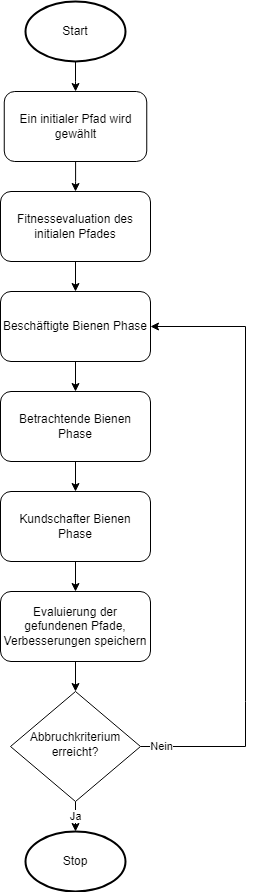
The draw.io diagram assets/images/Flow_ABC.png in moritzrfs/mobile-swarm-intelligence, before a commit. Source tidied: cells renumbered, new cells last; positions are measured from the earlier drawing's top-left corner, leaving out a move shared by most shapes. Source of this version:
```xml
<mxGraphModel>
  <root>
    <mxCell id="0" />
    <mxCell id="1" parent="0" />
    <mxCell id="2" style="edgeStyle=orthogonalEdgeStyle;rounded=0;jettySize=auto;html=1;" parent="1" edge="1" source="3" target="11">
      <mxGeometry relative="1" as="geometry" />
    </mxCell>
    <mxCell id="3" value="Ein initialer Pfad wird gewählt" style="rounded=1;whiteSpace=wrap;html=1;fontSize=12;glass=0;strokeWidth=1;shadow=0;" parent="1" vertex="1">
      <mxGeometry x="3.8" y="90" width="142.5" height="70" as="geometry" />
    </mxCell>
    <mxCell id="4" value="Ja" style="edgeStyle=orthogonalEdgeStyle;rounded=0;jettySize=auto;html=1;" parent="1" edge="1" source="7" target="12">
      <mxGeometry relative="1" as="geometry" />
    </mxCell>
    <mxCell id="5" style="edgeStyle=orthogonalEdgeStyle;rounded=0;jettySize=auto;html=1;endArrow=none;endFill=0;" parent="1" edge="1" source="7">
      <mxGeometry relative="1" as="geometry">
        <mxPoint x="245" y="700" as="targetPoint" />
        <Array as="points">
          <mxPoint x="245" y="745" />
        </Array>
      </mxGeometry>
    </mxCell>
    <mxCell id="6" value="Nein" style="edgeLabel;html=1;align=center;verticalAlign=middle;" parent="5" vertex="1">
      <mxGeometry x="-0.73" y="1" relative="1" as="geometry" />
    </mxCell>
    <mxCell id="7" value="Abbruchkriterium erreicht?" style="rhombus;whiteSpace=wrap;html=1;shadow=0;fontFamily=Helvetica;fontSize=12;align=center;strokeWidth=1;spacing=6;spacingTop=-4;" parent="1" vertex="1">
      <mxGeometry x="10" y="690" width="130" height="110" as="geometry" />
    </mxCell>
    <mxCell id="8" style="edgeStyle=orthogonalEdgeStyle;rounded=0;jettySize=auto;html=1;" parent="1" edge="1" source="9" target="3">
      <mxGeometry relative="1" as="geometry" />
    </mxCell>
    <mxCell id="9" value="Start" style="strokeWidth=2;html=1;shape=mxgraph.flowchart.start_1;whiteSpace=wrap;" parent="1" vertex="1">
      <mxGeometry x="25" width="100" height="60" as="geometry" />
    </mxCell>
    <mxCell id="10" style="edgeStyle=orthogonalEdgeStyle;rounded=0;jettySize=auto;html=1;" parent="1" edge="1" source="11">
      <mxGeometry relative="1" as="geometry">
        <mxPoint x="75" y="290" as="targetPoint" />
      </mxGeometry>
    </mxCell>
    <mxCell id="11" value="Fitnessevaluation des initialen Pfades" style="rounded=1;whiteSpace=wrap;html=1;" parent="1" vertex="1">
      <mxGeometry y="190" width="150" height="70" as="geometry" />
    </mxCell>
    <mxCell id="12" value="Stop" style="strokeWidth=2;html=1;shape=mxgraph.flowchart.start_1;whiteSpace=wrap;" parent="1" vertex="1">
      <mxGeometry x="25" y="830" width="100" height="60" as="geometry" />
    </mxCell>
    <mxCell id="13" style="edgeStyle=orthogonalEdgeStyle;rounded=0;jettySize=auto;html=1;" parent="1" edge="1" source="14" target="16">
      <mxGeometry relative="1" as="geometry" />
    </mxCell>
    <mxCell id="14" value="Beschäftigte Bienen Phase" style="rounded=1;whiteSpace=wrap;html=1;" parent="1" vertex="1">
      <mxGeometry y="290" width="150" height="70" as="geometry" />
    </mxCell>
    <mxCell id="15" style="edgeStyle=orthogonalEdgeStyle;rounded=0;jettySize=auto;html=1;" parent="1" edge="1" source="16" target="18">
      <mxGeometry relative="1" as="geometry" />
    </mxCell>
    <mxCell id="16" value="Betrachtende Bienen Phase" style="rounded=1;whiteSpace=wrap;html=1;" parent="1" vertex="1">
      <mxGeometry y="390" width="150" height="70" as="geometry" />
    </mxCell>
    <mxCell id="17" style="edgeStyle=orthogonalEdgeStyle;rounded=0;jettySize=auto;html=1;" parent="1" edge="1" source="18" target="20">
      <mxGeometry relative="1" as="geometry" />
    </mxCell>
    <mxCell id="18" value="Kundschafter Bienen Phase" style="rounded=1;whiteSpace=wrap;html=1;" parent="1" vertex="1">
      <mxGeometry y="490" width="150" height="70" as="geometry" />
    </mxCell>
    <mxCell id="19" style="edgeStyle=orthogonalEdgeStyle;rounded=0;jettySize=auto;html=1;" parent="1" edge="1" source="20" target="7">
      <mxGeometry relative="1" as="geometry" />
    </mxCell>
    <mxCell id="20" value="Evaluierung der gefundenen Pfade, Verbesserungen speichern" style="rounded=1;whiteSpace=wrap;html=1;" parent="1" vertex="1">
      <mxGeometry y="590" width="150" height="70" as="geometry" />
    </mxCell>
    <mxCell id="21" style="edgeStyle=orthogonalEdgeStyle;rounded=0;jettySize=auto;html=1;entryX=1;entryY=0.5;entryDx=0;entryDy=0;" parent="1" edge="1" target="14">
      <mxGeometry relative="1" as="geometry">
        <mxPoint x="245" y="700" as="sourcePoint" />
        <Array as="points">
          <mxPoint x="245" y="325" />
        </Array>
      </mxGeometry>
    </mxCell>
  </root>
</mxGraphModel>
```
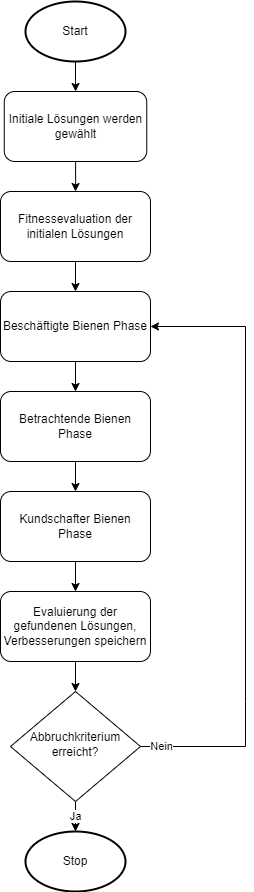
The same diagram one commit later.

Commit message:
Grafik Anpassen

Change to the diagram source:
```diff
@@ -5,7 +5,7 @@
     <mxCell id="2" style="edgeStyle=orthogonalEdgeStyle;rounded=0;jettySize=auto;html=1;" parent="1" edge="1" source="3" target="11">
       <mxGeometry relative="1" as="geometry" />
     </mxCell>
-    <mxCell id="3" value="Ein initialer Pfad wird gewählt" style="rounded=1;whiteSpace=wrap;html=1;fontSize=12;glass=0;strokeWidth=1;shadow=0;" parent="1" vertex="1">
+    <mxCell id="3" value="Initiale Lösungen werden gewählt" style="rounded=1;whiteSpace=wrap;html=1;fontSize=12;glass=0;strokeWidth=1;shadow=0;" parent="1" vertex="1">
       <mxGeometry x="3.8" y="90" width="142.5" height="70" as="geometry" />
     </mxCell>
     <mxCell id="4" value="Ja" style="edgeStyle=orthogonalEdgeStyle;rounded=0;jettySize=auto;html=1;" parent="1" edge="1" source="7" target="12">
@@ -36,7 +36,7 @@
         <mxPoint x="75" y="290" as="targetPoint" />
       </mxGeometry>
     </mxCell>
-    <mxCell id="11" value="Fitnessevaluation des initialen Pfades" style="rounded=1;whiteSpace=wrap;html=1;" parent="1" vertex="1">
+    <mxCell id="11" value="Fitnessevaluation der initialen Lösungen" style="rounded=1;whiteSpace=wrap;html=1;" parent="1" vertex="1">
       <mxGeometry y="190" width="150" height="70" as="geometry" />
     </mxCell>
     <mxCell id="12" value="Stop" style="strokeWidth=2;html=1;shape=mxgraph.flowchart.start_1;whiteSpace=wrap;" parent="1" vertex="1">
@@ -63,7 +63,7 @@
     <mxCell id="19" style="edgeStyle=orthogonalEdgeStyle;rounded=0;jettySize=auto;html=1;" parent="1" edge="1" source="20" target="7">
       <mxGeometry relative="1" as="geometry" />
     </mxCell>
-    <mxCell id="20" value="Evaluierung der gefundenen Pfade, Verbesserungen speichern" style="rounded=1;whiteSpace=wrap;html=1;" parent="1" vertex="1">
+    <mxCell id="20" value="Evaluierung der gefundenen Lösungen, Verbesserungen speichern" style="rounded=1;whiteSpace=wrap;html=1;" parent="1" vertex="1">
       <mxGeometry y="590" width="150" height="70" as="geometry" />
     </mxCell>
     <mxCell id="21" style="edgeStyle=orthogonalEdgeStyle;rounded=0;jettySize=auto;html=1;entryX=1;entryY=0.5;entryDx=0;entryDy=0;" parent="1" edge="1" target="14">
```
